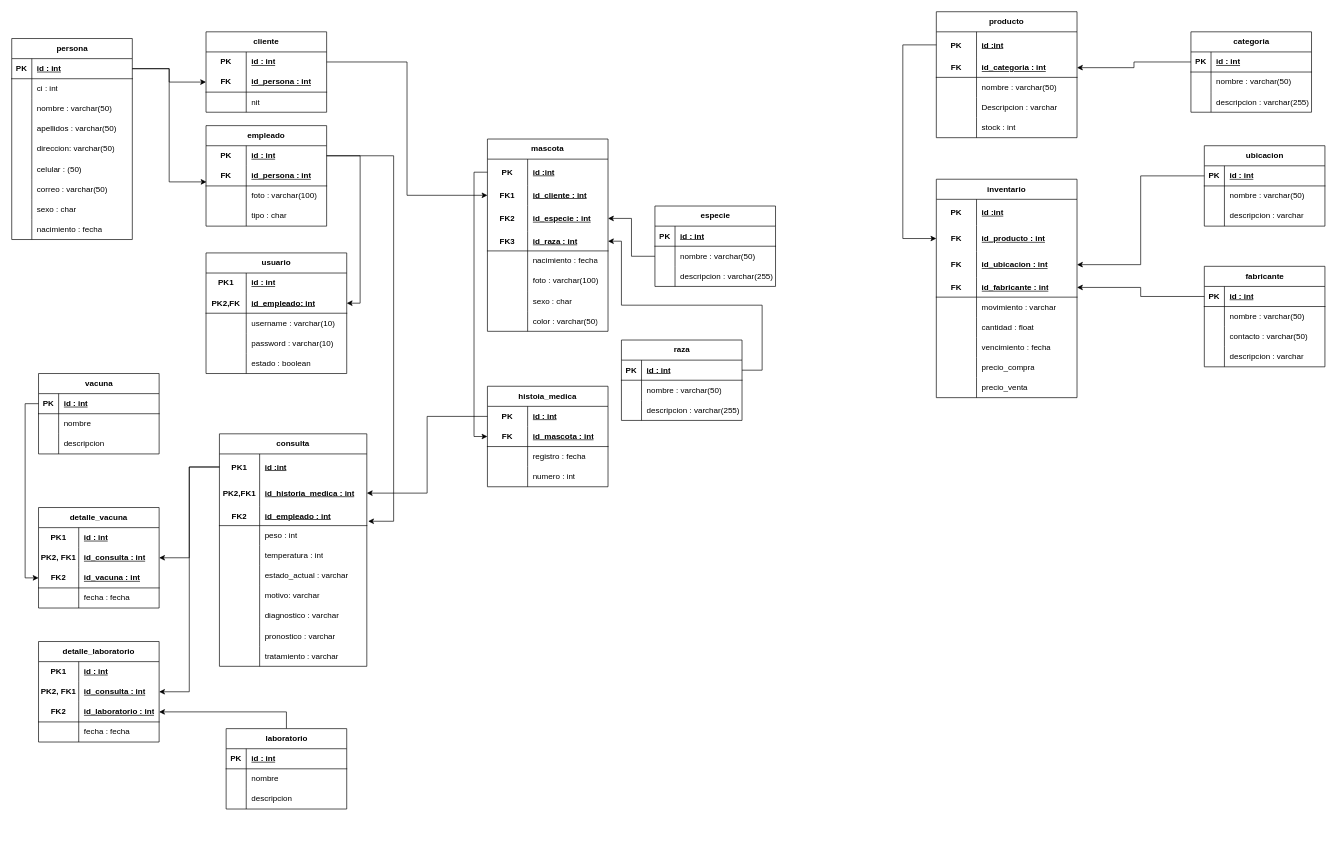
This is page "Page-1" (1 of 2) of Diagrama sin título.drawio from szubelza93/software, a draw.io file, before an edit. Source tidied: cells renumbered, new cells numbered last; positions are measured from the earlier drawing's top-left corner, leaving out a move shared by most shapes. Both pictures are drawn from the tidied source at 67%, with x=0, y=0 at pixel (11, 11).
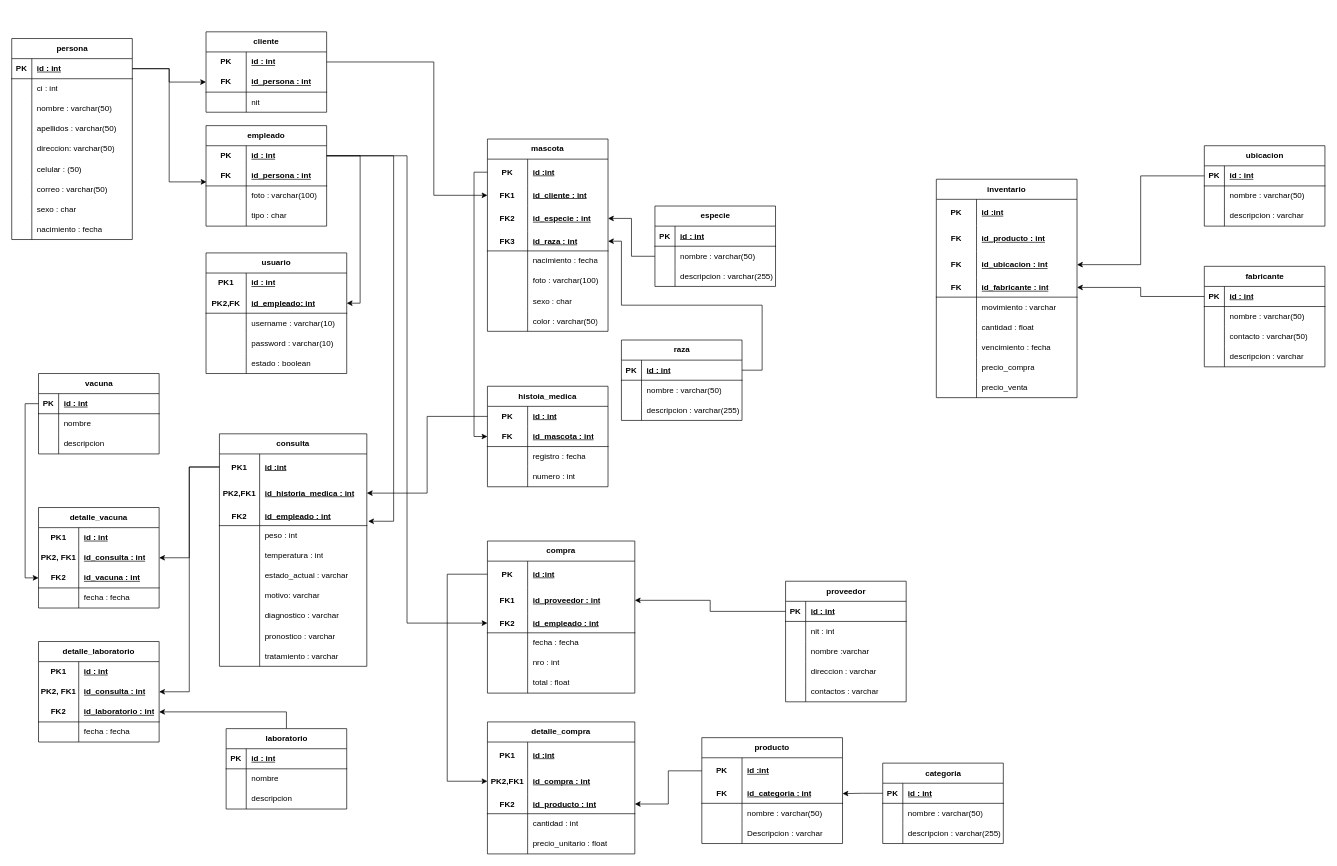
Above is the later version.

Unchanged cells that the change refers to:
```xml
<mxCell id="31" style="shape=tableRow;horizontal=0;startSize=0;swimlaneHead=0;swimlaneBody=0;fillColor=none;points=[[0,0.5],[1,0.5]];portConstraint=eastwest;top=0;left=0;right=0;bottom=0;html=1;" parent="30" vertex="1">
  <mxGeometry y="30" width="180" height="30" as="geometry" />
</mxCell>
<mxCell id="42" style="shape=tableRow;horizontal=0;startSize=0;swimlaneHead=0;swimlaneBody=0;fillColor=none;points=[[0,0.5],[1,0.5]];portConstraint=eastwest;top=0;left=0;right=0;bottom=0;html=1;" parent="41" vertex="1">
  <mxGeometry y="30" width="180" height="30" as="geometry" />
</mxCell>
<mxCell id="76" style="shape=tableRow;horizontal=0;startSize=0;swimlaneHead=0;swimlaneBody=0;fillColor=none;points=[[0,0.5],[1,0.5]];portConstraint=eastwest;top=0;left=0;right=0;bottom=0;html=1;" parent="72" vertex="1">
  <mxGeometry y="69" width="180" height="30" as="geometry" />
</mxCell>
<mxCell id="228" style="shape=tableRow;horizontal=0;startSize=0;swimlaneHead=0;swimlaneBody=0;fillColor=none;points=[[0,0.5],[1,0.5]];portConstraint=eastwest;top=0;left=0;right=0;bottom=0;html=1;" parent="227" vertex="1">
  <mxGeometry y="30" width="210" height="39" as="geometry" />
</mxCell>
<mxCell id="261" style="shape=tableRow;horizontal=0;startSize=0;swimlaneHead=0;swimlaneBody=0;fillColor=none;points=[[0,0.5],[1,0.5]];portConstraint=eastwest;top=0;left=0;right=0;bottom=0;html=1;" parent="257" vertex="1">
  <mxGeometry y="69" width="210" height="39" as="geometry" />
</mxCell>
```

The edit, as a diff of the source:
```diff
@@
     <mxCell id="97" style="edgeStyle=orthogonalEdgeStyle;rounded=0;jettySize=auto;html=1;entryX=0;entryY=0.5;entryDx=0;entryDy=0;" parent="1" edge="1" source="31" target="76">
-      <mxGeometry relative="1" as="geometry" />
+      <mxGeometry relative="1" as="geometry">
+        <Array as="points">
+          <mxPoint x="630" y="75" />
+          <mxPoint x="630" y="274" />
+        </Array>
+      </mxGeometry>
     </mxCell>
@@
     <mxCell id="217" value="categoria" style="shape=table;startSize=30;childLayout=tableLayout;rowLines=0;fontStyle=1;align=center;html=1;" parent="1" vertex="1">
-      <mxGeometry x="1760" y="30" width="180" height="120" as="geometry" />
+      <mxGeometry x="1300" y="1121.5" width="180" height="120" as="geometry" />
     </mxCell>
@@
     <mxCell id="227" value="producto" style="shape=table;startSize=30;childLayout=tableLayout;rowLines=0;fontStyle=1;align=center;html=1;whiteSpace=wrap;" parent="1" vertex="1">
-      <mxGeometry x="1380" width="210" height="188" as="geometry" />
+      <mxGeometry x="1030" y="1083.5" width="210" height="158" as="geometry" />
     </mxCell>
@@
-    <mxCell id="240" style="shape=tableRow;horizontal=0;startSize=0;swimlaneHead=0;swimlaneBody=0;fillColor=none;top=0;left=0;right=0;bottom=0;html=1;" parent="227" vertex="1">
-      <mxGeometry y="158" width="210" height="30" as="geometry" />
-    </mxCell>
-    <mxCell id="241" style="shape=partialRectangle;fillColor=none;top=0;left=0;bottom=0;right=0;overflow=hidden;html=1;whiteSpace=wrap;" parent="240" vertex="1">
-      <mxGeometry width="60" height="30" as="geometry" />
-    </mxCell>
-    <mxCell id="242" value="stock : int" style="shape=partialRectangle;fillColor=none;top=0;left=0;bottom=0;right=0;align=left;spacingLeft=6;overflow=hidden;html=1;whiteSpace=wrap;" parent="240" vertex="1">
-      <mxGeometry x="60" width="150" height="30" as="geometry" />
-    </mxCell>
@@
-    <mxCell id="297" style="edgeStyle=orthogonalEdgeStyle;rounded=0;jettySize=auto;html=1;entryX=0;entryY=0.5;entryDx=0;entryDy=0;" parent="1" edge="1" source="228" target="261">
-      <mxGeometry relative="1" as="geometry">
-        <Array as="points">
-          <mxPoint x="1330" y="50" />
-          <mxPoint x="1330" y="338" />
-        </Array>
-      </mxGeometry>
-    </mxCell>
+    <mxCell id="298" value="compra" style="shape=table;startSize=30;childLayout=tableLayout;rowLines=0;fontStyle=1;align=center;html=1;whiteSpace=wrap;" parent="1" vertex="1">
+      <mxGeometry x="710" y="790" width="220" height="227" as="geometry" />
+    </mxCell>
+    <mxCell id="299" style="shape=tableRow;horizontal=0;startSize=0;swimlaneHead=0;swimlaneBody=0;fillColor=none;points=[[0,0.5],[1,0.5]];portConstraint=eastwest;top=0;left=0;right=0;bottom=0;html=1;" parent="298" vertex="1">
+      <mxGeometry y="30" width="220" height="39" as="geometry" />
+    </mxCell>
+    <mxCell id="300" value="PK" style="shape=partialRectangle;fillColor=none;top=0;left=0;bottom=0;right=0;fontStyle=1;overflow=hidden;html=1;whiteSpace=wrap;" parent="299" vertex="1">
+      <mxGeometry width="60" height="39" as="geometry" />
+    </mxCell>
+    <mxCell id="301" value="id :int" style="shape=partialRectangle;fillColor=none;top=0;left=0;bottom=0;right=0;align=left;spacingLeft=6;fontStyle=5;overflow=hidden;html=1;whiteSpace=wrap;" parent="299" vertex="1">
+      <mxGeometry x="60" width="160" height="39" as="geometry" />
+    </mxCell>
+    <mxCell id="302" style="shape=tableRow;horizontal=0;startSize=0;swimlaneHead=0;swimlaneBody=0;fillColor=none;points=[[0,0.5],[1,0.5]];portConstraint=eastwest;top=0;left=0;right=0;bottom=0;html=1;" parent="298" vertex="1">
+      <mxGeometry y="69" width="220" height="39" as="geometry" />
+    </mxCell>
+    <mxCell id="303" value="FK1" style="shape=partialRectangle;fillColor=none;top=0;left=0;bottom=0;right=0;fontStyle=1;overflow=hidden;html=1;whiteSpace=wrap;" parent="302" vertex="1">
+      <mxGeometry width="60" height="39" as="geometry" />
+    </mxCell>
+    <mxCell id="304" value="id_proveedor : int" style="shape=partialRectangle;fillColor=none;top=0;left=0;bottom=0;right=0;align=left;spacingLeft=6;fontStyle=5;overflow=hidden;html=1;whiteSpace=wrap;" parent="302" vertex="1">
+      <mxGeometry x="60" width="160" height="39" as="geometry" />
+    </mxCell>
+    <mxCell id="305" style="shape=tableRow;horizontal=0;startSize=0;swimlaneHead=0;swimlaneBody=0;fillColor=none;points=[[0,0.5],[1,0.5]];portConstraint=eastwest;top=0;left=0;right=0;bottom=1;html=1;" parent="298" vertex="1">
+      <mxGeometry y="108" width="220" height="29" as="geometry" />
+    </mxCell>
+    <mxCell id="306" value="FK2" style="shape=partialRectangle;fillColor=none;top=0;left=0;bottom=0;right=0;fontStyle=1;overflow=hidden;html=1;whiteSpace=wrap;" parent="305" vertex="1">
+      <mxGeometry width="60" height="29" as="geometry" />
+    </mxCell>
+    <mxCell id="307" value="id_empleado : int" style="shape=partialRectangle;fillColor=none;top=0;left=0;bottom=0;right=0;align=left;spacingLeft=6;fontStyle=5;overflow=hidden;html=1;whiteSpace=wrap;" parent="305" vertex="1">
+      <mxGeometry x="60" width="160" height="29" as="geometry" />
+    </mxCell>
+    <mxCell id="308" style="shape=tableRow;horizontal=0;startSize=0;swimlaneHead=0;swimlaneBody=0;fillColor=none;top=0;left=0;right=0;bottom=0;html=1;" parent="298" vertex="1">
+      <mxGeometry y="137" width="220" height="30" as="geometry" />
+    </mxCell>
+    <mxCell id="309" style="shape=partialRectangle;fillColor=none;top=0;left=0;bottom=0;right=0;overflow=hidden;html=1;whiteSpace=wrap;" parent="308" vertex="1">
+      <mxGeometry width="60" height="30" as="geometry" />
+    </mxCell>
+    <mxCell id="310" value="fecha : fecha" style="shape=partialRectangle;fillColor=none;top=0;left=0;bottom=0;right=0;align=left;spacingLeft=6;overflow=hidden;html=1;whiteSpace=wrap;" parent="308" vertex="1">
+      <mxGeometry x="60" width="160" height="30" as="geometry" />
+    </mxCell>
+    <mxCell id="311" style="shape=tableRow;horizontal=0;startSize=0;swimlaneHead=0;swimlaneBody=0;fillColor=none;top=0;left=0;right=0;bottom=0;html=1;" parent="298" vertex="1">
+      <mxGeometry y="167" width="220" height="30" as="geometry" />
+    </mxCell>
+    <mxCell id="312" style="shape=partialRectangle;fillColor=none;top=0;left=0;bottom=0;right=0;overflow=hidden;html=1;whiteSpace=wrap;" parent="311" vertex="1">
+      <mxGeometry width="60" height="30" as="geometry" />
+    </mxCell>
+    <mxCell id="313" value="nro : int" style="shape=partialRectangle;fillColor=none;top=0;left=0;bottom=0;right=0;align=left;spacingLeft=6;overflow=hidden;html=1;whiteSpace=wrap;" parent="311" vertex="1">
+      <mxGeometry x="60" width="160" height="30" as="geometry" />
+    </mxCell>
+    <mxCell id="314" style="shape=tableRow;horizontal=0;startSize=0;swimlaneHead=0;swimlaneBody=0;fillColor=none;top=0;left=0;right=0;bottom=0;html=1;" parent="298" vertex="1">
+      <mxGeometry y="197" width="220" height="30" as="geometry" />
+    </mxCell>
+    <mxCell id="315" style="shape=partialRectangle;fillColor=none;top=0;left=0;bottom=0;right=0;overflow=hidden;html=1;whiteSpace=wrap;" parent="314" vertex="1">
+      <mxGeometry width="60" height="30" as="geometry" />
+    </mxCell>
+    <mxCell id="316" value="total : float" style="shape=partialRectangle;fillColor=none;top=0;left=0;bottom=0;right=0;align=left;spacingLeft=6;overflow=hidden;html=1;whiteSpace=wrap;" parent="314" vertex="1">
+      <mxGeometry x="60" width="160" height="30" as="geometry" />
+    </mxCell>
+    <mxCell id="317" value="detalle_compra" style="shape=table;startSize=30;childLayout=tableLayout;rowLines=0;fontStyle=1;align=center;html=1;whiteSpace=wrap;" parent="1" vertex="1">
+      <mxGeometry x="710" y="1060" width="220" height="197" as="geometry" />
+    </mxCell>
+    <mxCell id="318" style="shape=tableRow;horizontal=0;startSize=0;swimlaneHead=0;swimlaneBody=0;fillColor=none;top=0;left=0;right=0;bottom=0;html=1;" parent="317" vertex="1">
+      <mxGeometry y="30" width="220" height="39" as="geometry" />
+    </mxCell>
+    <mxCell id="319" value="PK1" style="shape=partialRectangle;fillColor=none;top=0;left=0;bottom=0;right=0;fontStyle=1;overflow=hidden;html=1;whiteSpace=wrap;" parent="318" vertex="1">
+      <mxGeometry width="60" height="39" as="geometry" />
+    </mxCell>
+    <mxCell id="320" value="id :int" style="shape=partialRectangle;fillColor=none;top=0;left=0;bottom=0;right=0;align=left;spacingLeft=6;fontStyle=5;overflow=hidden;html=1;whiteSpace=wrap;" parent="318" vertex="1">
+      <mxGeometry x="60" width="160" height="39" as="geometry" />
+    </mxCell>
+    <mxCell id="321" style="shape=tableRow;horizontal=0;startSize=0;swimlaneHead=0;swimlaneBody=0;fillColor=none;points=[[0,0.5],[1,0.5]];portConstraint=eastwest;top=0;left=0;right=0;bottom=0;html=1;" parent="317" vertex="1">
+      <mxGeometry y="69" width="220" height="39" as="geometry" />
+    </mxCell>
+    <mxCell id="322" value="PK2,FK1" style="shape=partialRectangle;fillColor=none;top=0;left=0;bottom=0;right=0;fontStyle=1;overflow=hidden;html=1;whiteSpace=wrap;" parent="321" vertex="1">
+      <mxGeometry width="60" height="39" as="geometry" />
+    </mxCell>
+    <mxCell id="323" value="id_compra : int" style="shape=partialRectangle;fillColor=none;top=0;left=0;bottom=0;right=0;align=left;spacingLeft=6;fontStyle=5;overflow=hidden;html=1;whiteSpace=wrap;" parent="321" vertex="1">
+      <mxGeometry x="60" width="160" height="39" as="geometry" />
+    </mxCell>
+    <mxCell id="324" style="shape=tableRow;horizontal=0;startSize=0;swimlaneHead=0;swimlaneBody=0;fillColor=none;points=[[0,0.5],[1,0.5]];portConstraint=eastwest;top=0;left=0;right=0;bottom=1;html=1;" parent="317" vertex="1">
+      <mxGeometry y="108" width="220" height="29" as="geometry" />
+    </mxCell>
+    <mxCell id="325" value="FK2" style="shape=partialRectangle;fillColor=none;top=0;left=0;bottom=0;right=0;fontStyle=1;overflow=hidden;html=1;whiteSpace=wrap;" parent="324" vertex="1">
+      <mxGeometry width="60" height="29" as="geometry" />
+    </mxCell>
+    <mxCell id="326" value="id_producto : int" style="shape=partialRectangle;fillColor=none;top=0;left=0;bottom=0;right=0;align=left;spacingLeft=6;fontStyle=5;overflow=hidden;html=1;whiteSpace=wrap;" parent="324" vertex="1">
+      <mxGeometry x="60" width="160" height="29" as="geometry" />
+    </mxCell>
+    <mxCell id="327" style="shape=tableRow;horizontal=0;startSize=0;swimlaneHead=0;swimlaneBody=0;fillColor=none;top=0;left=0;right=0;bottom=0;html=1;" parent="317" vertex="1">
+      <mxGeometry y="137" width="220" height="30" as="geometry" />
+    </mxCell>
+    <mxCell id="328" style="shape=partialRectangle;fillColor=none;top=0;left=0;bottom=0;right=0;overflow=hidden;html=1;whiteSpace=wrap;" parent="327" vertex="1">
+      <mxGeometry width="60" height="30" as="geometry" />
+    </mxCell>
+    <mxCell id="329" value="cantidad : int" style="shape=partialRectangle;fillColor=none;top=0;left=0;bottom=0;right=0;align=left;spacingLeft=6;overflow=hidden;html=1;whiteSpace=wrap;" parent="327" vertex="1">
+      <mxGeometry x="60" width="160" height="30" as="geometry" />
+    </mxCell>
+    <mxCell id="330" style="shape=tableRow;horizontal=0;startSize=0;swimlaneHead=0;swimlaneBody=0;fillColor=none;top=0;left=0;right=0;bottom=0;html=1;" parent="317" vertex="1">
+      <mxGeometry y="167" width="220" height="30" as="geometry" />
+    </mxCell>
+    <mxCell id="331" style="shape=partialRectangle;fillColor=none;top=0;left=0;bottom=0;right=0;overflow=hidden;html=1;whiteSpace=wrap;" parent="330" vertex="1">
+      <mxGeometry width="60" height="30" as="geometry" />
+    </mxCell>
+    <mxCell id="332" value="precio_unitario : float" style="shape=partialRectangle;fillColor=none;top=0;left=0;bottom=0;right=0;align=left;spacingLeft=6;overflow=hidden;html=1;whiteSpace=wrap;" parent="330" vertex="1">
+      <mxGeometry x="60" width="160" height="30" as="geometry" />
+    </mxCell>
+    <mxCell id="333" style="edgeStyle=orthogonalEdgeStyle;rounded=0;jettySize=auto;html=1;" parent="1" edge="1" source="299" target="321">
+      <mxGeometry relative="1" as="geometry">
+        <Array as="points">
+          <mxPoint x="650" y="839.5" />
+          <mxPoint x="650" y="1148.5" />
+        </Array>
+      </mxGeometry>
+    </mxCell>
+    <mxCell id="334" style="edgeStyle=orthogonalEdgeStyle;rounded=0;jettySize=auto;html=1;entryX=1;entryY=0.5;entryDx=0;entryDy=0;" parent="1" edge="1" source="228" target="324">
+      <mxGeometry relative="1" as="geometry" />
+    </mxCell>
+    <mxCell id="335" value="proveedor" style="shape=table;startSize=30;childLayout=tableLayout;rowLines=0;fontStyle=1;align=center;html=1;" parent="1" vertex="1">
+      <mxGeometry x="1155" y="850" width="180" height="180" as="geometry" />
+    </mxCell>
+    <mxCell id="336" style="shape=tableRow;horizontal=0;startSize=0;swimlaneHead=0;swimlaneBody=0;fillColor=none;points=[[0,0.5],[1,0.5]];portConstraint=eastwest;top=0;left=0;right=0;bottom=1;" parent="335" vertex="1">
+      <mxGeometry y="30" width="180" height="30" as="geometry" />
+    </mxCell>
+    <mxCell id="337" value="PK" style="shape=partialRectangle;fillColor=none;top=0;left=0;bottom=0;right=0;fontStyle=1;overflow=hidden;whiteSpace=wrap;html=1;" parent="336" vertex="1">
+      <mxGeometry width="30" height="30" as="geometry" />
+    </mxCell>
+    <mxCell id="338" value="id : int" style="shape=partialRectangle;fillColor=none;top=0;left=0;bottom=0;right=0;align=left;spacingLeft=6;fontStyle=5;overflow=hidden;whiteSpace=wrap;html=1;" parent="336" vertex="1">
+      <mxGeometry x="30" width="150" height="30" as="geometry" />
+    </mxCell>
+    <mxCell id="339" style="shape=tableRow;horizontal=0;startSize=0;swimlaneHead=0;swimlaneBody=0;fillColor=none;top=0;left=0;right=0;bottom=0;" parent="335" vertex="1">
+      <mxGeometry y="60" width="180" height="30" as="geometry" />
+    </mxCell>
+    <mxCell id="340" style="shape=partialRectangle;fillColor=none;top=0;left=0;bottom=0;right=0;overflow=hidden;whiteSpace=wrap;html=1;" parent="339" vertex="1">
+      <mxGeometry width="30" height="30" as="geometry" />
+    </mxCell>
+    <mxCell id="341" value="nit : int" style="shape=partialRectangle;fillColor=none;top=0;left=0;bottom=0;right=0;align=left;spacingLeft=6;overflow=hidden;whiteSpace=wrap;html=1;" parent="339" vertex="1">
+      <mxGeometry x="30" width="150" height="30" as="geometry" />
+    </mxCell>
+    <mxCell id="342" style="shape=tableRow;horizontal=0;startSize=0;swimlaneHead=0;swimlaneBody=0;fillColor=none;top=0;left=0;right=0;bottom=0;" parent="335" vertex="1">
+      <mxGeometry y="90" width="180" height="30" as="geometry" />
+    </mxCell>
+    <mxCell id="343" style="shape=partialRectangle;fillColor=none;top=0;left=0;bottom=0;right=0;overflow=hidden;whiteSpace=wrap;html=1;" parent="342" vertex="1">
+      <mxGeometry width="30" height="30" as="geometry" />
+    </mxCell>
+    <mxCell id="344" value="nombre :varchar" style="shape=partialRectangle;fillColor=none;top=0;left=0;bottom=0;right=0;align=left;spacingLeft=6;overflow=hidden;whiteSpace=wrap;html=1;" parent="342" vertex="1">
+      <mxGeometry x="30" width="150" height="30" as="geometry" />
+    </mxCell>
+    <mxCell id="345" style="shape=tableRow;horizontal=0;startSize=0;swimlaneHead=0;swimlaneBody=0;fillColor=none;top=0;left=0;right=0;bottom=0;" parent="335" vertex="1">
+      <mxGeometry y="120" width="180" height="30" as="geometry" />
+    </mxCell>
+    <mxCell id="346" style="shape=partialRectangle;fillColor=none;top=0;left=0;bottom=0;right=0;overflow=hidden;whiteSpace=wrap;html=1;" parent="345" vertex="1">
+      <mxGeometry width="30" height="30" as="geometry" />
+    </mxCell>
+    <mxCell id="347" value="direccion : varchar" style="shape=partialRectangle;fillColor=none;top=0;left=0;bottom=0;right=0;align=left;spacingLeft=6;overflow=hidden;whiteSpace=wrap;html=1;" parent="345" vertex="1">
+      <mxGeometry x="30" width="150" height="30" as="geometry" />
+    </mxCell>
+    <mxCell id="348" style="shape=tableRow;horizontal=0;startSize=0;swimlaneHead=0;swimlaneBody=0;fillColor=none;top=0;left=0;right=0;bottom=0;" parent="335" vertex="1">
+      <mxGeometry y="150" width="180" height="30" as="geometry" />
+    </mxCell>
+    <mxCell id="349" style="shape=partialRectangle;fillColor=none;top=0;left=0;bottom=0;right=0;overflow=hidden;whiteSpace=wrap;html=1;" parent="348" vertex="1">
+      <mxGeometry width="30" height="30" as="geometry" />
+    </mxCell>
+    <mxCell id="350" value="contactos : varchar" style="shape=partialRectangle;fillColor=none;top=0;left=0;bottom=0;right=0;align=left;spacingLeft=6;overflow=hidden;whiteSpace=wrap;html=1;" parent="348" vertex="1">
+      <mxGeometry x="30" width="150" height="30" as="geometry" />
+    </mxCell>
+    <mxCell id="351" style="edgeStyle=orthogonalEdgeStyle;rounded=0;jettySize=auto;html=1;entryX=1;entryY=0.5;entryDx=0;entryDy=0;" parent="1" edge="1" source="336" target="302">
+      <mxGeometry relative="1" as="geometry" />
+    </mxCell>
+    <mxCell id="352" style="edgeStyle=orthogonalEdgeStyle;rounded=0;jettySize=auto;html=1;" parent="1" edge="1" source="42" target="305">
+      <mxGeometry relative="1" as="geometry" />
+    </mxCell>
```
